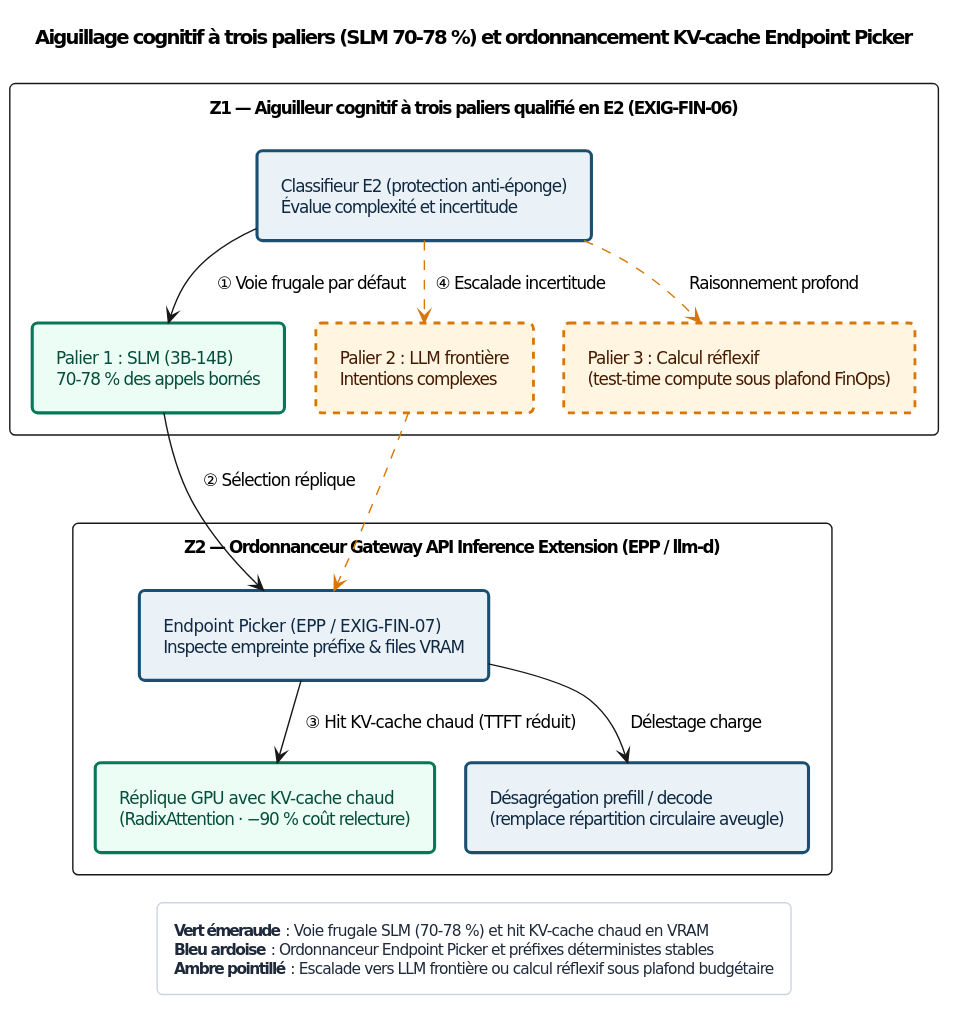
Above: Compendium/ouvrage/schemas/rendus/SCH-09-04.svg in agbruneau/Agentique (PlantUML), before the change.
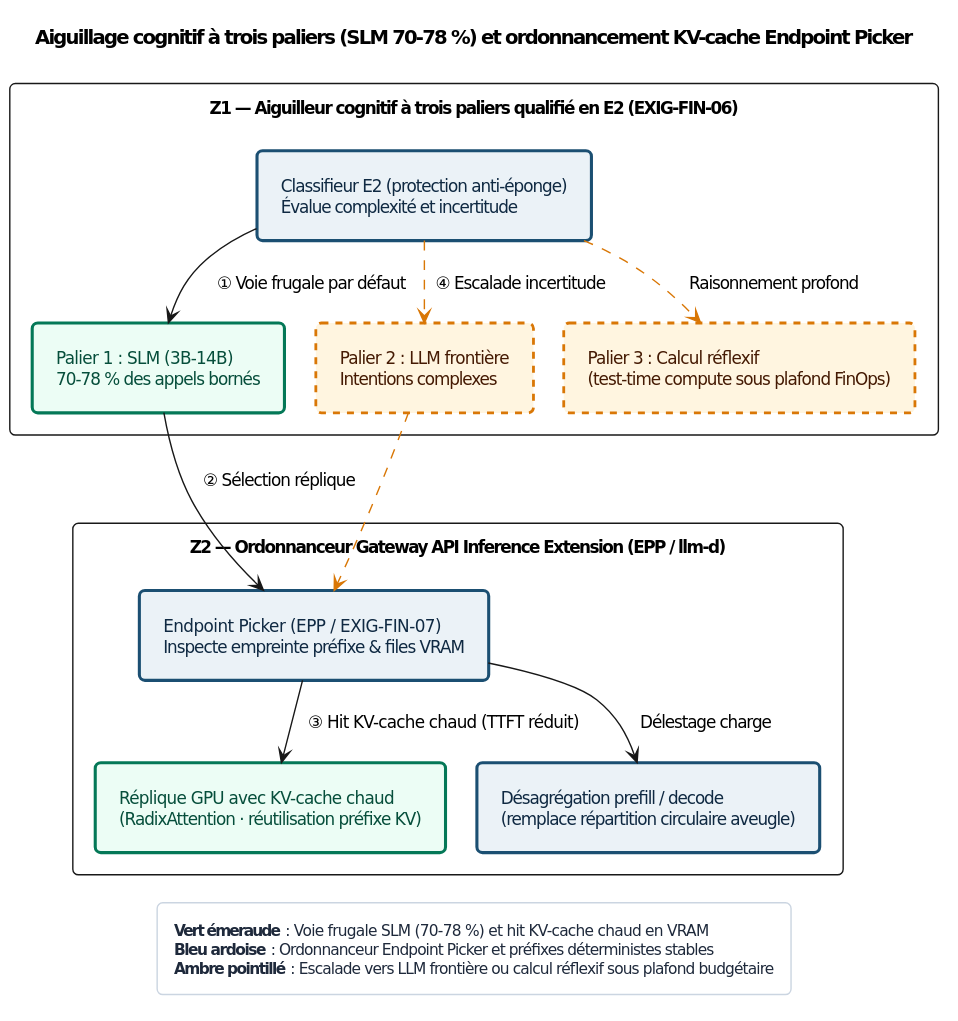
Later version of the same file.

What changed in the source:
```diff
@@ -39,7 +39,7 @@
 
 package "Z2 — Ordonnanceur Gateway API Inference Extension (EPP / llm-d)" {
   rectangle "Endpoint Picker (EPP / EXIG-FIN-07)\nInspecte empreinte préfixe & files VRAM" as N5 <<det>>
-  rectangle "Réplique GPU avec KV-cache chaud\n(RadixAttention · −90 % coût relecture)" as N6 <<green>>
+  rectangle "Réplique GPU avec KV-cache chaud\n(RadixAttention · réutilisation préfixe KV)" as N6 <<green>>
   rectangle "Désagrégation prefill / decode\n(remplace répartition circulaire aveugle)" as N7 <<det>>
   N2 --> N5 : ② Sélection réplique
   N3 .[#D97706].> N5
```
